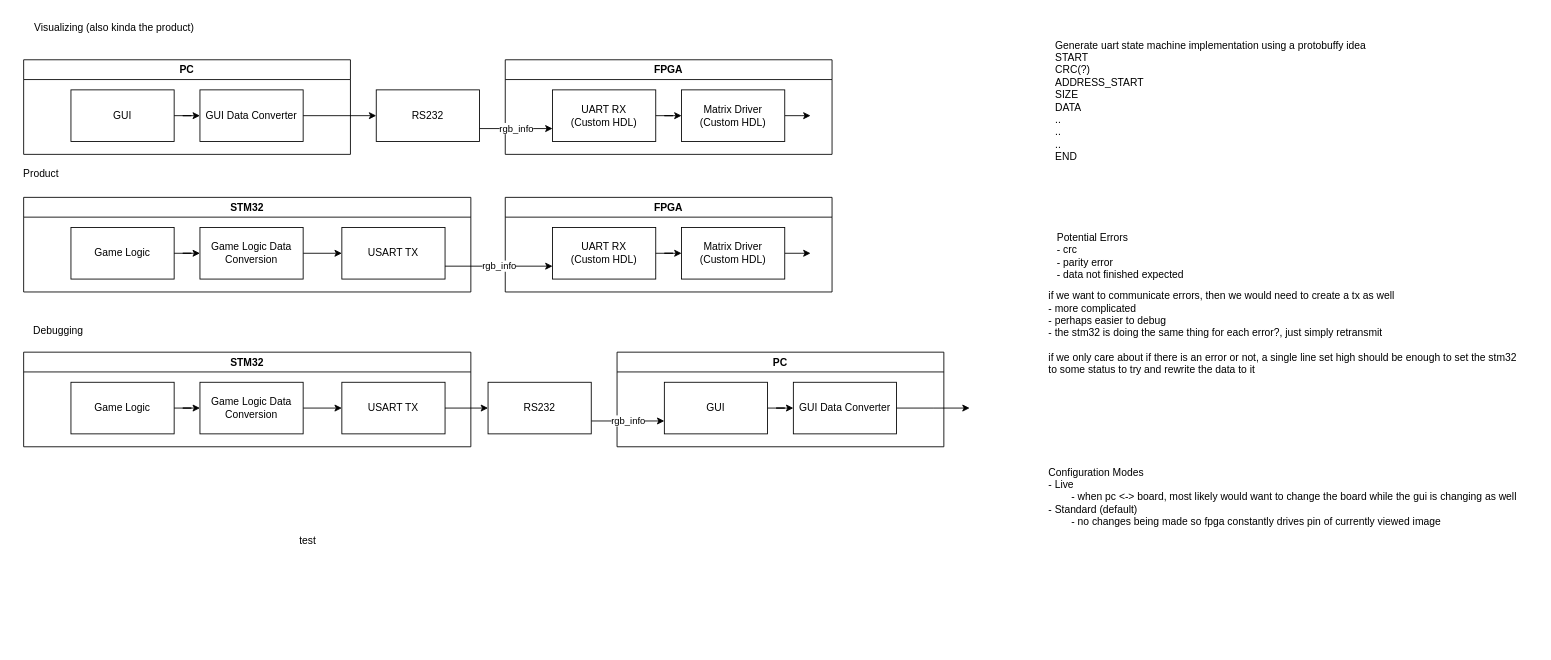
The draw.io diagram page "highlevel" (1 of 2) of plan/rgb_controller.drawio in dpenebac/dejarik, before the edit. Source tidied: cells renumbered, new cells numbered last; positions are measured from the earlier drawing's top-left corner, leaving out a move shared by most shapes. Both pictures are drawn from the tidied source at 86%, with x=0, y=0 at pixel (15, 15).
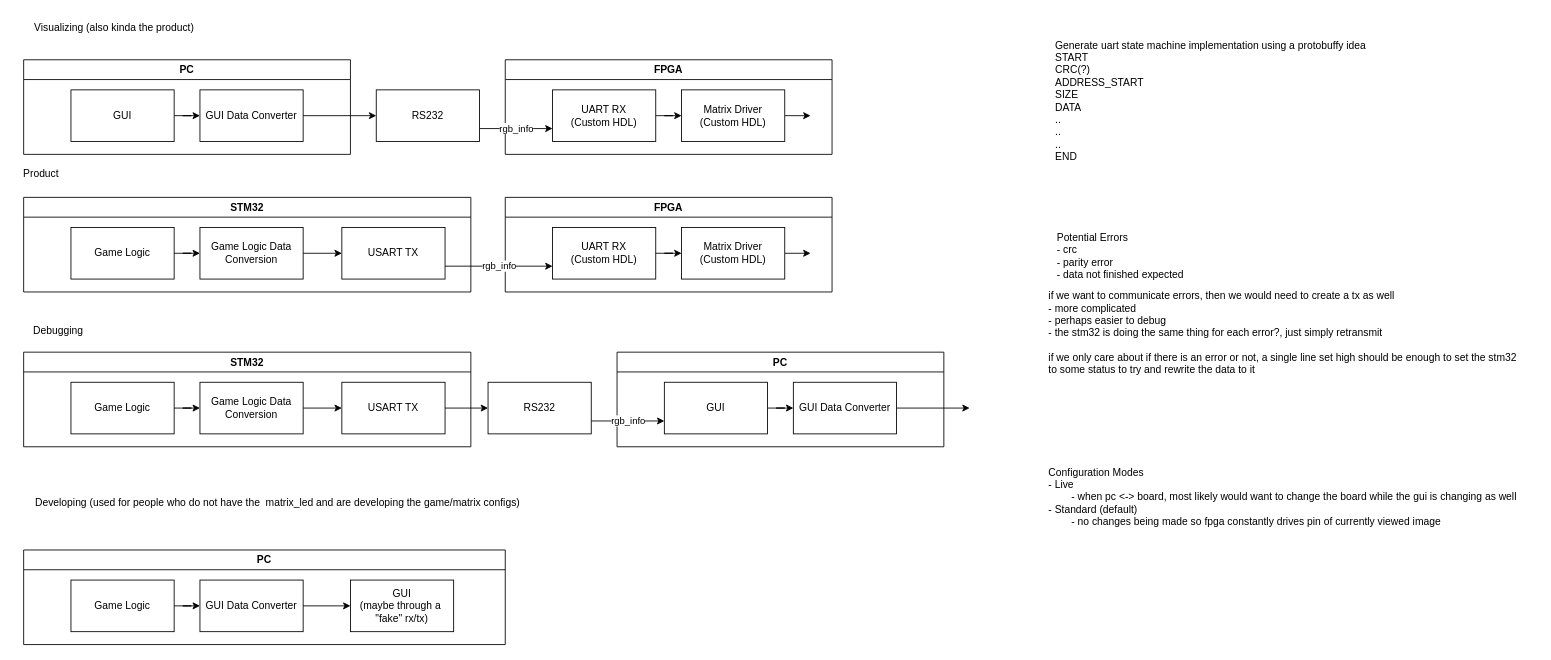
After the change.

What changed in the source:
```diff
@@
-    <mxCell id="47" value="test" style="text;html=1;align=center;verticalAlign=middle;strokeColor=none;fillColor=none;" parent="1" vertex="1">
-      <mxGeometry x="320" y="597" width="40" height="30" as="geometry" />
+    <mxCell id="47" value="Developing (used for people who do not have the&amp;nbsp; matrix_led and are developing the game/matrix configs)" style="text;html=1;align=center;verticalAlign=middle;strokeColor=none;fillColor=none;" parent="1" vertex="1">
+      <mxGeometry x="10" y="552" width="590" height="30" as="geometry" />
     </mxCell>
+    <mxCell id="48" value="PC" style="swimlane;whiteSpace=wrap;html=1;" parent="1" vertex="1">
+      <mxGeometry x="10" y="622" width="560" height="110" as="geometry" />
+    </mxCell>
+    <mxCell id="49" value="Game Logic" style="rounded=0;whiteSpace=wrap;html=1;" parent="48" vertex="1">
+      <mxGeometry x="55" y="35" width="120" height="60" as="geometry" />
+    </mxCell>
+    <mxCell id="50" value="GUI Data Converter" style="rounded=0;whiteSpace=wrap;html=1;" parent="48" vertex="1">
+      <mxGeometry x="205" y="35" width="120" height="60" as="geometry" />
+    </mxCell>
+    <mxCell id="51" style="edgeStyle=orthogonalEdgeStyle;rounded=0;jettySize=auto;html=1;" parent="48" edge="1" source="49" target="50">
+      <mxGeometry relative="1" as="geometry" />
+    </mxCell>
+    <mxCell id="52" value="GUI&lt;br&gt;(maybe through a&amp;nbsp;&lt;br&gt;&quot;fake&quot; rx/tx)" style="rounded=0;whiteSpace=wrap;html=1;" parent="48" vertex="1">
+      <mxGeometry x="380" y="35" width="120" height="60" as="geometry" />
+    </mxCell>
+    <mxCell id="53" style="edgeStyle=orthogonalEdgeStyle;rounded=0;jettySize=auto;html=1;entryX=0;entryY=0.5;entryDx=0;entryDy=0;" parent="48" edge="1" source="50" target="52">
+      <mxGeometry relative="1" as="geometry" />
+    </mxCell>
```
